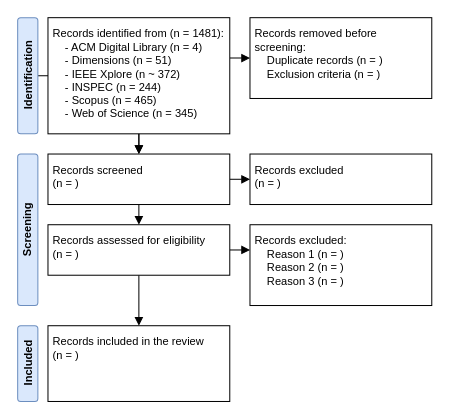
This is doc/diagrams/slr-ltlm-mr.drawio from sousarbarb/slr-ltlm-mr, a draw.io file, before an edit. Source tidied: cells renumbered, new cells numbered last; positions are measured from the earlier drawing's top-left corner, leaving out a move shared by most shapes. Both pictures are drawn from the tidied source at 101%, with x=0, y=0 at pixel (-48, 17).
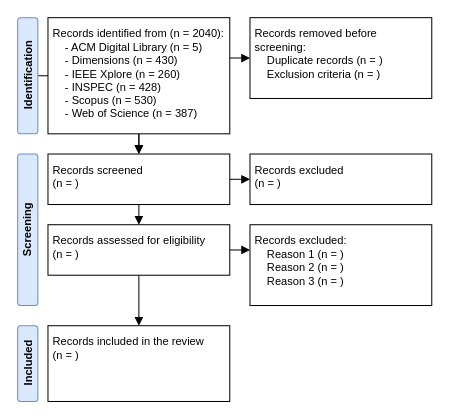
After the change.

Commit message (it also covers changes not shown here):
Search results without duplicates IEEE. Update selection diagram

The edit, as a diff of the source:
```diff
@@
 <mxGraphModel>
   <root>
     <mxCell id="0" />
     <mxCell id="1" parent="0" />
     <mxCell id="2" style="edgeStyle=orthogonalEdgeStyle;rounded=0;jettySize=auto;html=1;fontSize=11;endArrow=block;endFill=1;" parent="1" edge="1" source="3" target="10">
       <mxGeometry relative="1" as="geometry" />
     </mxCell>
     <mxCell id="3" value="&lt;b style=&quot;font-size: 11px;&quot;&gt;Identification&lt;/b&gt;" style="rounded=1;whiteSpace=wrap;html=1;rotation=-90;fontSize=11;fillColor=#dae8fc;strokeColor=#6c8ebf;" parent="1" vertex="1">
       <mxGeometry x="17.5" y="47.5" width="115" height="20" as="geometry" />
     </mxCell>
     <mxCell id="4" style="edgeStyle=orthogonalEdgeStyle;rounded=0;jettySize=auto;html=1;exitX=0.5;exitY=1;exitDx=0;exitDy=0;entryX=0.5;entryY=0;entryDx=0;entryDy=0;fontSize=11;endArrow=block;endFill=1;" parent="1" edge="1" source="6" target="10">
       <mxGeometry relative="1" as="geometry" />
     </mxCell>
     <mxCell id="5" style="edgeStyle=orthogonalEdgeStyle;rounded=0;jettySize=auto;html=1;entryX=0;entryY=0.5;entryDx=0;entryDy=0;fontSize=11;endArrow=block;endFill=1;exitX=1;exitY=0.348;exitDx=0;exitDy=0;exitPerimeter=0;" parent="1" edge="1" source="6" target="7">
       <mxGeometry relative="1" as="geometry" />
     </mxCell>
-    <mxCell id="6" value="Records identified from (n = 1481):&lt;br style=&quot;font-size: 11px;&quot;&gt;&amp;nbsp; &amp;nbsp; - ACM Digital Library (n = 4)&lt;br style=&quot;font-size: 11px;&quot;&gt;&amp;nbsp; &amp;nbsp; - Dimensions (n = 51)&lt;br style=&quot;font-size: 11px;&quot;&gt;&amp;nbsp; &amp;nbsp; - IEEE Xplore (n ~ 372)&lt;br style=&quot;font-size: 11px;&quot;&gt;&amp;nbsp; &amp;nbsp; - INSPEC (n = 244)&lt;br style=&quot;font-size: 11px;&quot;&gt;&amp;nbsp; &amp;nbsp; - Scopus (n = 465)&lt;br style=&quot;font-size: 11px;&quot;&gt;&amp;nbsp; &amp;nbsp; - Web of Science (n = 345)" style="rounded=0;whiteSpace=wrap;html=1;align=left;spacing=5;fontSize=11;verticalAlign=top;" parent="1" vertex="1">
+    <mxCell id="6" value="Records identified from (n = 2040):&lt;br style=&quot;font-size: 11px&quot;&gt;&amp;nbsp; &amp;nbsp; - ACM Digital Library (n = 5)&lt;br style=&quot;font-size: 11px&quot;&gt;&amp;nbsp; &amp;nbsp; - Dimensions (n = 430)&lt;br style=&quot;font-size: 11px&quot;&gt;&amp;nbsp; &amp;nbsp; - IEEE Xplore (n = 260)&lt;br style=&quot;font-size: 11px&quot;&gt;&amp;nbsp; &amp;nbsp; - INSPEC (n = 428)&lt;br style=&quot;font-size: 11px&quot;&gt;&amp;nbsp; &amp;nbsp; - Scopus (n = 530)&lt;br style=&quot;font-size: 11px&quot;&gt;&amp;nbsp; &amp;nbsp; - Web of Science (n = 387)" style="rounded=0;whiteSpace=wrap;html=1;align=left;spacing=5;fontSize=11;verticalAlign=top;" parent="1" vertex="1">
       <mxGeometry x="95" width="180" height="115" as="geometry" />
     </mxCell>
     <mxCell id="7" value="Records removed before screening:&lt;br style=&quot;font-size: 11px;&quot;&gt;&amp;nbsp; &amp;nbsp; Duplicate records (n = )&lt;br style=&quot;font-size: 11px;&quot;&gt;&amp;nbsp; &amp;nbsp; Exclusion criteria (n = )" style="rounded=0;whiteSpace=wrap;html=1;align=left;spacing=5;fontSize=11;verticalAlign=top;" parent="1" vertex="1">
       <mxGeometry x="295" width="180" height="80" as="geometry" />
     </mxCell>
     <mxCell id="8" style="edgeStyle=orthogonalEdgeStyle;rounded=0;jettySize=auto;html=1;exitX=1;exitY=0.5;exitDx=0;exitDy=0;entryX=0;entryY=0.5;entryDx=0;entryDy=0;fontSize=11;endArrow=block;endFill=1;" parent="1" edge="1" source="10" target="11">
       <mxGeometry relative="1" as="geometry" />
     </mxCell>
     <mxCell id="9" style="edgeStyle=orthogonalEdgeStyle;rounded=0;jettySize=auto;html=1;exitX=0.5;exitY=1;exitDx=0;exitDy=0;entryX=0.5;entryY=0;entryDx=0;entryDy=0;fontSize=11;endArrow=block;endFill=1;" parent="1" edge="1" source="10" target="14">
       <mxGeometry relative="1" as="geometry" />
     </mxCell>
     <mxCell id="10" value="Records screened&lt;br&gt;(n = )" style="rounded=0;whiteSpace=wrap;html=1;align=left;spacing=5;fontSize=11;verticalAlign=top;" parent="1" vertex="1">
       <mxGeometry x="95" y="135" width="180" height="50" as="geometry" />
     </mxCell>
     <mxCell id="11" value="Records excluded&lt;br&gt;(n = )" style="rounded=0;whiteSpace=wrap;html=1;align=left;spacing=5;fontSize=11;verticalAlign=top;" parent="1" vertex="1">
       <mxGeometry x="295" y="135" width="180" height="50" as="geometry" />
     </mxCell>
     <mxCell id="12" style="edgeStyle=orthogonalEdgeStyle;rounded=0;jettySize=auto;html=1;exitX=1;exitY=0.5;exitDx=0;exitDy=0;fontSize=11;endArrow=block;endFill=1;entryX=0;entryY=0.311;entryDx=0;entryDy=0;entryPerimeter=0;" parent="1" edge="1" source="14" target="15">
       <mxGeometry relative="1" as="geometry" />
     </mxCell>
     <mxCell id="13" style="edgeStyle=orthogonalEdgeStyle;rounded=0;jettySize=auto;html=1;exitX=0.5;exitY=1;exitDx=0;exitDy=0;entryX=0.5;entryY=0;entryDx=0;entryDy=0;fontSize=11;endArrow=block;endFill=1;" parent="1" edge="1" source="14" target="17">
       <mxGeometry relative="1" as="geometry" />
     </mxCell>
     <mxCell id="14" value="Records assessed for eligibility&lt;br&gt;(n = )" style="rounded=0;whiteSpace=wrap;html=1;align=left;spacing=5;fontSize=11;verticalAlign=top;" parent="1" vertex="1">
       <mxGeometry x="95" y="205" width="180" height="50" as="geometry" />
     </mxCell>
     <mxCell id="15" value="Records excluded:&lt;br&gt;&amp;nbsp; &amp;nbsp; Reason 1 (n = )&lt;br&gt;&amp;nbsp; &amp;nbsp; Reason 2 (n = )&lt;br&gt;&amp;nbsp; &amp;nbsp; Reason 3 (n = )" style="rounded=0;whiteSpace=wrap;html=1;align=left;spacing=5;fontSize=11;verticalAlign=top;" parent="1" vertex="1">
       <mxGeometry x="295" y="205" width="180" height="80" as="geometry" />
     </mxCell>
     <mxCell id="16" value="&lt;b style=&quot;font-size: 11px;&quot;&gt;Screening&lt;/b&gt;" style="rounded=1;whiteSpace=wrap;html=1;rotation=-90;fontSize=11;fillColor=#dae8fc;strokeColor=#6c8ebf;" parent="1" vertex="1">
       <mxGeometry y="200" width="150" height="20" as="geometry" />
     </mxCell>
     <mxCell id="17" value="Records included in the review&lt;br&gt;(n = )" style="rounded=0;whiteSpace=wrap;html=1;align=left;spacing=5;fontSize=11;verticalAlign=top;" parent="1" vertex="1">
       <mxGeometry x="95" y="305" width="180" height="75" as="geometry" />
     </mxCell>
     <mxCell id="18" value="&lt;b style=&quot;font-size: 11px;&quot;&gt;Included&lt;/b&gt;" style="rounded=1;whiteSpace=wrap;html=1;rotation=-90;fontSize=11;fillColor=#dae8fc;strokeColor=#6c8ebf;" parent="1" vertex="1">
       <mxGeometry x="37.5" y="332.5" width="75" height="20" as="geometry" />
     </mxCell>
   </root>
 </mxGraphModel>
```
